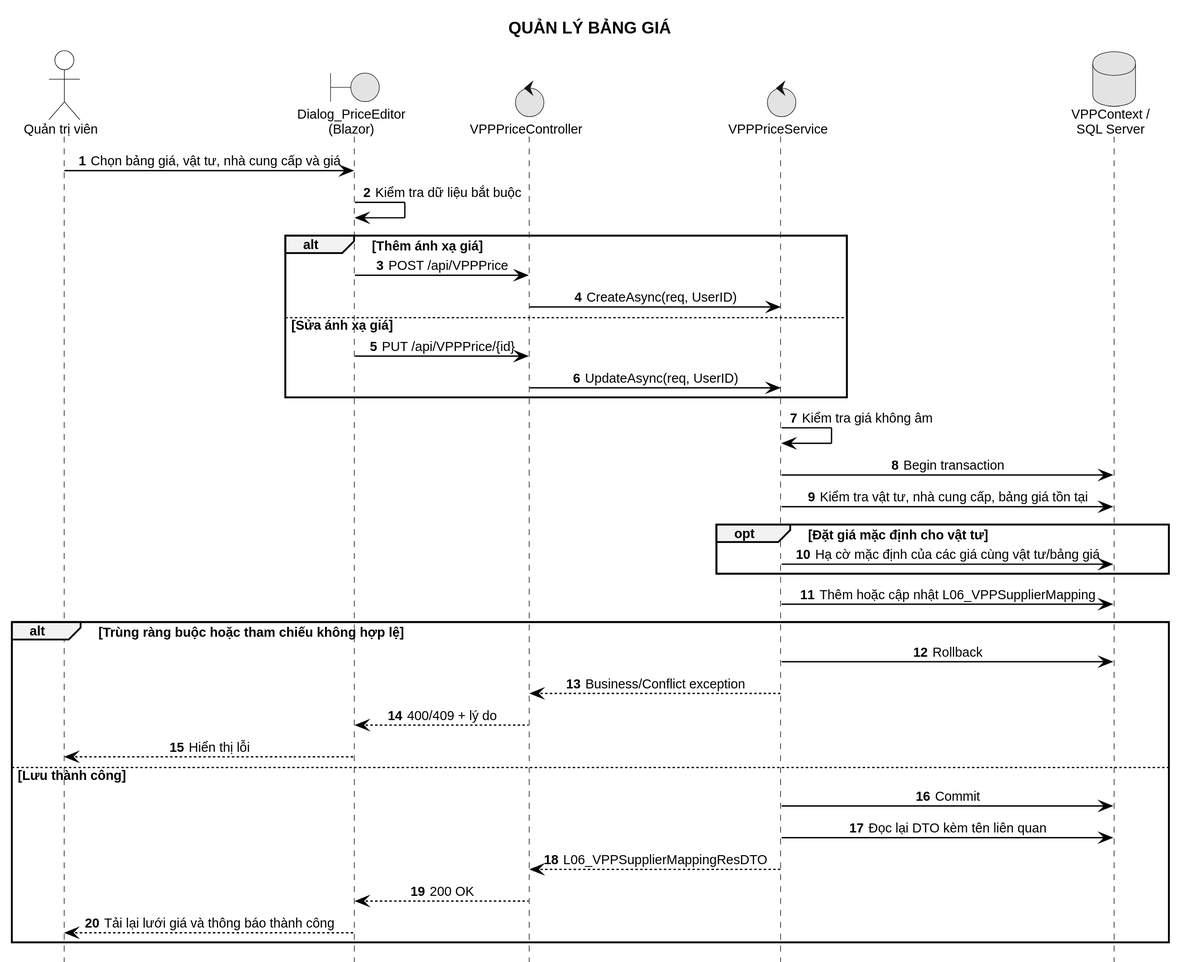
The PlantUML diagram LVTN/diagrams/ch03/sequence-manage-pricing.svg in Miikey24s/gtas_vpp, before a commit.
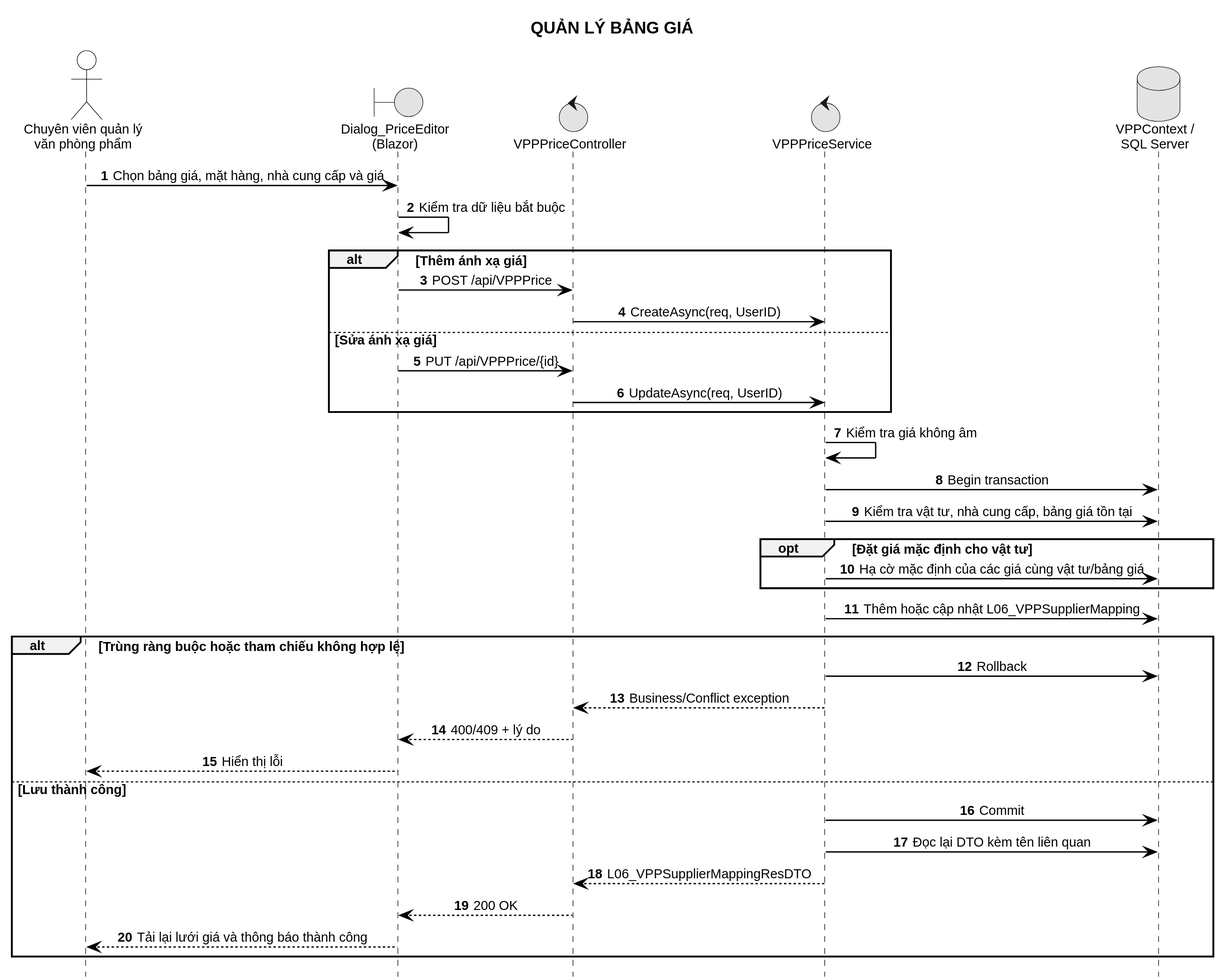
The same diagram one commit later.

What changed in the source:
```diff
@@ -2,13 +2,13 @@
 !include ../common/sequence-style.puml
 title QUẢN LÝ BẢNG GIÁ
 
-actor "Quản trị viên" as Admin
+actor "Chuyên viên quản lý\nvăn phòng phẩm" as Procurement
 boundary "Dialog_PriceEditor\n(Blazor)" as FE
 control "VPPPriceController" as API
 control "VPPPriceService" as Service
 database "VPPContext /\nSQL Server" as DB
 
-Admin -> FE : Chọn bảng giá, vật tư, nhà cung cấp và giá
+Procurement -> FE : Chọn bảng giá, mặt hàng, nhà cung cấp và giá
 FE -> FE : Kiểm tra dữ liệu bắt buộc
 
 alt Thêm ánh xạ giá
@@ -31,12 +31,12 @@
   Service -> DB : Rollback
   Service --> API : Business/Conflict exception
   API --> FE : 400/409 + lý do
-  FE --> Admin : Hiển thị lỗi
+  FE --> Procurement : Hiển thị lỗi
 else Lưu thành công
   Service -> DB : Commit
   Service -> DB : Đọc lại DTO kèm tên liên quan
   Service --> API : L06_VPPSupplierMappingResDTO
   API --> FE : 200 OK
-  FE --> Admin : Tải lại lưới giá và thông báo thành công
+  FE --> Procurement : Tải lại lưới giá và thông báo thành công
 end
 @enduml
```
